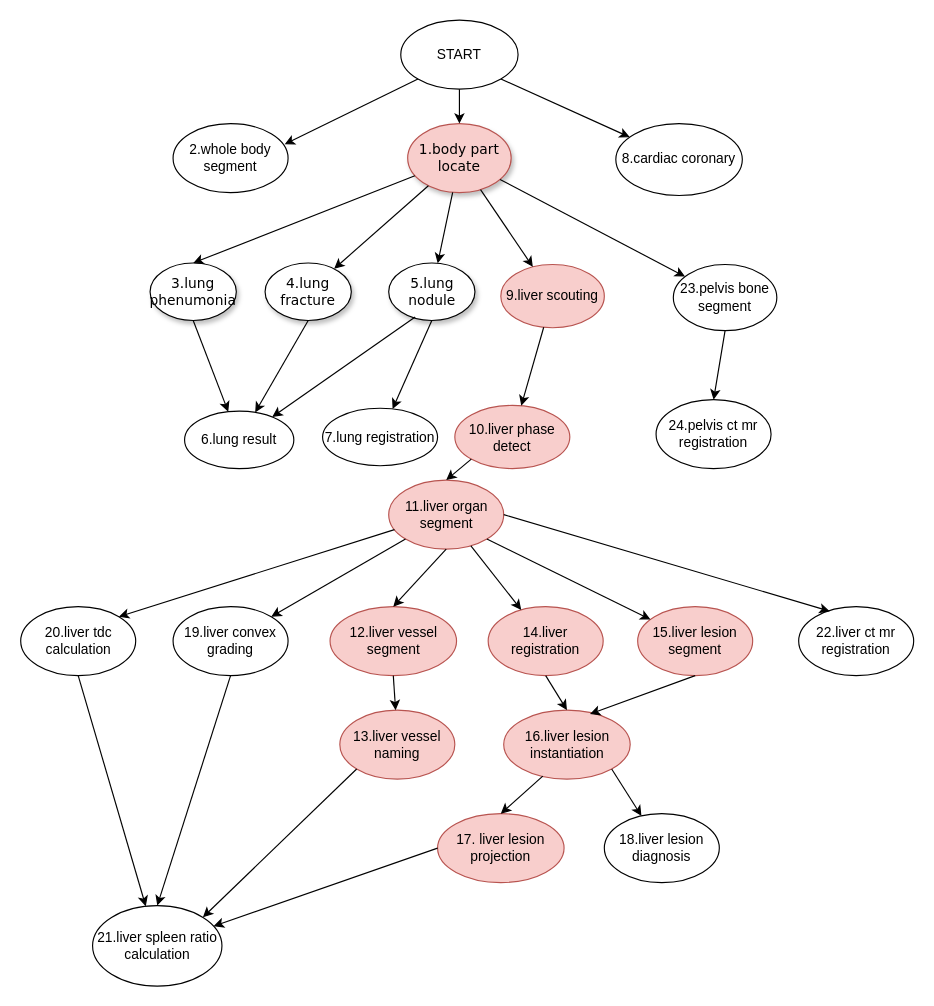
This is ai_calculation_workflow.drawio from aokoqingiz/mystorage, a draw.io file, before an edit. Source tidied: cells renumbered, new cells numbered last; positions are measured from the earlier drawing's top-left corner, leaving out a move shared by most shapes. Both pictures are drawn from the tidied source at 115%, with x=0, y=0 at pixel (21, 20).
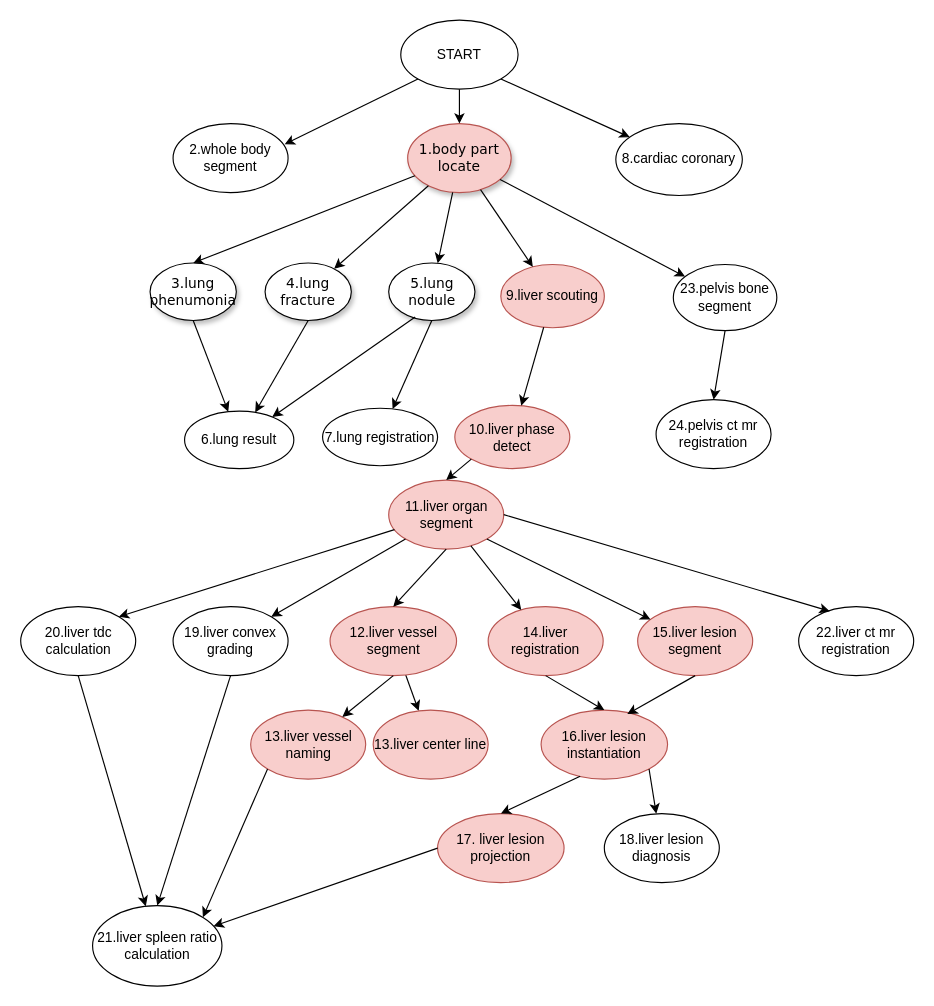
The same diagram, later.

Unchanged cells that the change refers to:
```xml
<mxCell id="27" value="12.liver vessel segment" style="ellipse;whiteSpace=wrap;html=1;fillColor=#f8cecc;strokeColor=#b85450;" parent="1" vertex="1">
  <mxGeometry x="268.5" y="510" width="110" height="60" as="geometry" />
</mxCell>
```

Diff of the diagram source:
```diff
@@
+    <mxCell id="57" style="rounded=0;jettySize=auto;html=1;" parent="1" edge="1" source="27" target="58">
+      <mxGeometry relative="1" as="geometry" />
+    </mxCell>
@@
     <mxCell id="29" value="13.liver vessel naming" style="ellipse;whiteSpace=wrap;html=1;fillColor=#f8cecc;strokeColor=#b85450;" parent="1" vertex="1">
-      <mxGeometry x="277" y="600" width="100" height="60" as="geometry" />
+      <mxGeometry x="199.5" y="600" width="100" height="60" as="geometry" />
     </mxCell>
@@
     <mxCell id="35" value="16.liver lesion instantiation" style="ellipse;whiteSpace=wrap;html=1;fillColor=#f8cecc;strokeColor=#b85450;" parent="1" vertex="1">
-      <mxGeometry x="419.5" y="600" width="110" height="60" as="geometry" />
+      <mxGeometry x="452" y="600" width="110" height="60" as="geometry" />
     </mxCell>
@@
+    <mxCell id="58" value="13.liver center line" style="ellipse;whiteSpace=wrap;html=1;fillColor=#f8cecc;strokeColor=#b85450;" parent="1" vertex="1">
+      <mxGeometry x="306" y="600" width="100" height="60" as="geometry" />
+    </mxCell>
```
